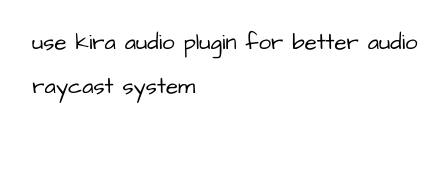
This is plans.drawio from HasChad/bevy-shooting-range, a draw.io file, before an edit. Source tidied: cells renumbered, new cells numbered last; positions are measured from the earlier drawing's top-left corner, leaving out a move shared by most shapes. Both pictures are drawn from the tidied source at 111%, with x=0, y=0 at pixel (19, 19).
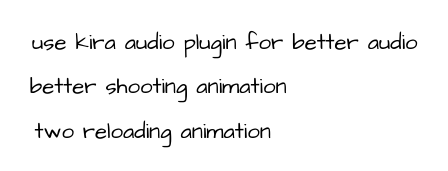
After the change.

Commit message (it also covers changes not shown here):
added better raycasting, environment collider, raycast collider detector, better gun mechanic and animation control code

The edit, as a diff of the source:
```diff
@@
 <mxGraphModel>
   <root>
     <mxCell id="0" />
     <mxCell id="1" parent="0" />
     <mxCell id="2" value="use kira audio plugin for better audio" style="text;html=1;align=center;verticalAlign=middle;strokeColor=none;fillColor=none;fontSize=20;fontFamily=Architects Daughter;sketch=1;hachureGap=4;jiggle=2;curveFitting=1;" parent="1" vertex="1">
       <mxGeometry width="370" height="40" as="geometry" />
     </mxCell>
-    <mxCell id="3" value="raycast system" style="text;html=1;align=center;verticalAlign=middle;strokeColor=none;fillColor=none;fontSize=20;fontFamily=Architects Daughter;sketch=1;hachureGap=4;jiggle=2;curveFitting=1;" parent="1" vertex="1">
-      <mxGeometry y="40" width="170" height="40" as="geometry" />
+    <mxCell id="3" value="better shooting animation" style="text;html=1;align=center;verticalAlign=middle;strokeColor=none;fillColor=none;fontSize=20;fontFamily=Architects Daughter;sketch=1;hachureGap=4;jiggle=2;curveFitting=1;" parent="1" vertex="1">
+      <mxGeometry y="40" width="250" height="40" as="geometry" />
     </mxCell>
+    <mxCell id="4" value="two reloading animation" style="text;html=1;align=center;verticalAlign=middle;strokeColor=none;fillColor=none;fontSize=20;fontFamily=Architects Daughter;sketch=1;hachureGap=4;jiggle=2;curveFitting=1;" parent="1" vertex="1">
+      <mxGeometry y="80" width="240" height="40" as="geometry" />
+    </mxCell>
   </root>
 </mxGraphModel>
```
